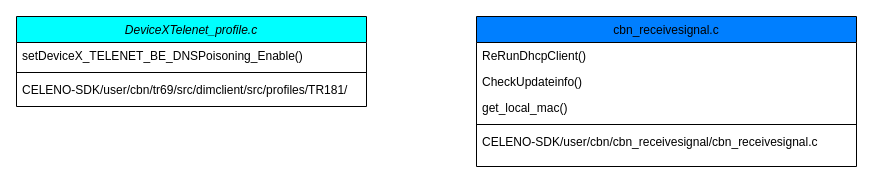
This is AP7465-ClassDiagram.drawio from nelsonchung/drawio, a draw.io file, before an edit. Source tidied: cells renumbered, new cells numbered last; positions are measured from the earlier drawing's top-left corner, leaving out a move shared by most shapes. Both pictures are drawn from the tidied source at 100%, with x=0, y=0 at pixel (16, 16).
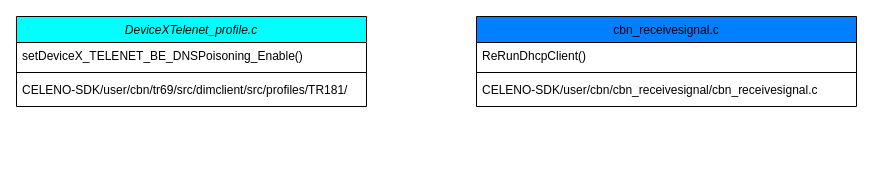
Above is the later version.

What changed in the source:
```diff
@@
 <mxGraphModel>
   <root>
     <mxCell id="0" />
     <mxCell id="1" parent="0" />
     <mxCell id="2" value="cbn_receivesignal.c" style="swimlane;fontStyle=0;align=center;verticalAlign=top;horizontal=1;startSize=26;rounded=0;shadow=0;strokeWidth=1;fillColor=#007FFF;" parent="1" vertex="1">
-      <mxGeometry x="460" width="380" height="150" as="geometry" />
+      <mxGeometry x="460" width="380" height="90" as="geometry" />
     </mxCell>
     <mxCell id="3" value="ReRunDhcpClient()" style="text;align=left;verticalAlign=top;spacingLeft=4;spacingRight=4;overflow=hidden;" parent="2" vertex="1">
       <mxGeometry y="26" width="380" height="26" as="geometry" />
     </mxCell>
-    <mxCell id="4" value="CheckUpdateinfo()" style="text;align=left;verticalAlign=top;spacingLeft=4;spacingRight=4;overflow=hidden;rounded=0;shadow=0;html=0;" parent="2" vertex="1">
-      <mxGeometry y="52" width="380" height="26" as="geometry" />
-    </mxCell>
-    <mxCell id="5" value="get_local_mac()" style="text;align=left;verticalAlign=top;spacingLeft=4;spacingRight=4;overflow=hidden;rounded=0;shadow=0;html=0;" parent="2" vertex="1">
-      <mxGeometry y="78" width="380" height="26" as="geometry" />
-    </mxCell>
     <mxCell id="6" style="line;html=1;strokeWidth=1;align=left;verticalAlign=middle;spacingTop=-1;spacingLeft=3;spacingRight=3;labelPosition=right;" parent="2" vertex="1">
-      <mxGeometry y="104" width="380" height="8" as="geometry" />
+      <mxGeometry y="52" width="380" height="8" as="geometry" />
     </mxCell>
     <mxCell id="7" value="CELENO-SDK/user/cbn/cbn_receivesignal/cbn_receivesignal.c" style="text;align=left;verticalAlign=top;spacingLeft=4;spacingRight=4;overflow=hidden;" parent="2" vertex="1">
-      <mxGeometry y="112" width="380" height="18" as="geometry" />
+      <mxGeometry y="60" width="380" height="18" as="geometry" />
     </mxCell>
     <mxCell id="8" value="DeviceXTelenet_profile.c" style="swimlane;fontStyle=2;align=center;verticalAlign=top;horizontal=1;startSize=26;rounded=0;shadow=0;strokeWidth=1;fillColor=#00FFFF;" parent="1" vertex="1">
       <mxGeometry width="350" height="90" as="geometry" />
     </mxCell>
     <mxCell id="9" value="setDeviceX_TELENET_BE_DNSPoisoning_Enable()" style="text;align=left;verticalAlign=top;spacingLeft=4;spacingRight=4;overflow=hidden;" parent="8" vertex="1">
       <mxGeometry y="26" width="350" height="26" as="geometry" />
     </mxCell>
     <mxCell id="10" style="line;html=1;strokeWidth=1;align=left;verticalAlign=middle;spacingTop=-1;spacingLeft=3;spacingRight=3;labelPosition=right;" parent="8" vertex="1">
       <mxGeometry y="52" width="350" height="8" as="geometry" />
     </mxCell>
     <mxCell id="11" value="CELENO-SDK/user/cbn/tr69/src/dimclient/src/profiles/TR181/" style="text;align=left;verticalAlign=top;spacingLeft=4;spacingRight=4;overflow=hidden;" parent="8" vertex="1">
       <mxGeometry y="60" width="350" height="26" as="geometry" />
     </mxCell>
   </root>
 </mxGraphModel>
```
